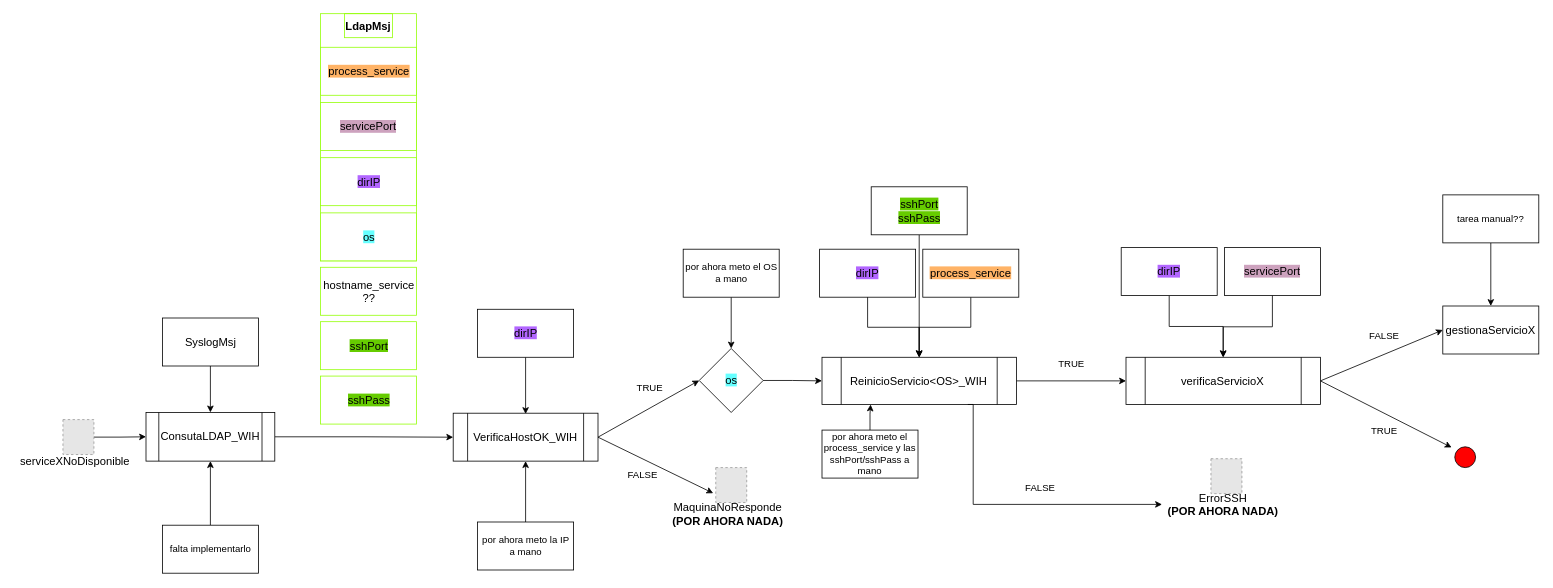
Above: page "serviceNoDisponible" (2 of 4) of esquemaProcesos.drawio in MarianaReyesH/gestionRed (draw.io), before the change. Source tidied: cells renumbered, new cells numbered last; positions are measured from the earlier drawing's top-left corner, leaving out a move shared by most shapes. Both pictures are drawn from the tidied source at 80%, with x=0, y=0 at pixel (14, 14). Pictures stored in the file or linked from it are replaced by grey dashed boxes.
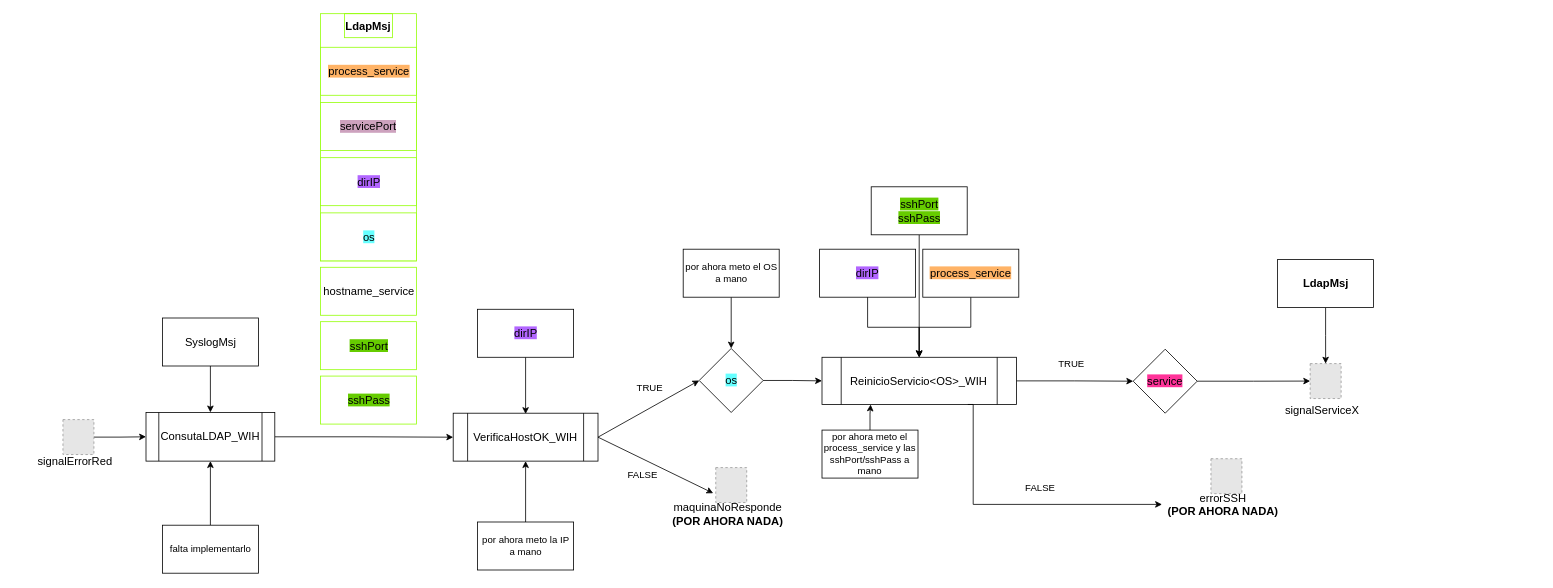
The same page after the edit.

Unchanged cells that the change refers to:
```xml
<mxCell id="24" value="&lt;font style=&quot;font-size: 14px;&quot;&gt;ReinicioServicio&amp;lt;OS&amp;gt;_WIH&lt;/font&gt;" style="shape=process;whiteSpace=wrap;html=1;backgroundOutline=1;" parent="1" vertex="1">
  <mxGeometry x="1010" y="429.1" width="243" height="59" as="geometry" />
</mxCell>
<mxCell id="38" style="group;" parent="1" vertex="1">
  <mxGeometry x="383" y="-0.4" width="120" height="377" as="geometry" />
</mxCell>
```

Change to the diagram source:
```diff
@@
-    <mxCell id="3" style="edgeStyle=orthogonalEdgeStyle;rounded=0;jettySize=auto;html=1;entryX=0;entryY=0.5;entryDx=0;entryDy=0;exitX=1;exitY=0.5;exitDx=0;exitDy=0;" parent="1" edge="1" source="24" target="49">
-      <mxGeometry relative="1" as="geometry" />
-    </mxCell>
@@
-    <mxCell id="5" value="&lt;span style=&quot;font-size: 14px;&quot;&gt;MaquinaNoResponde&lt;/span&gt;&lt;div&gt;&lt;span style=&quot;font-size: 14px;&quot;&gt;&lt;b&gt;(POR AHORA NADA)&lt;/b&gt;&lt;/span&gt;&lt;/div&gt;" style="text;html=1;align=center;verticalAlign=middle;whiteSpace=wrap;rounded=0;" parent="1" vertex="1">
+    <mxCell id="5" value="&lt;span style=&quot;font-size: 14px;&quot;&gt;maquinaNoResponde&lt;/span&gt;&lt;div&gt;&lt;span style=&quot;font-size: 14px;&quot;&gt;&lt;b&gt;(POR AHORA NADA)&lt;/b&gt;&lt;/span&gt;&lt;/div&gt;" style="text;html=1;align=center;verticalAlign=middle;whiteSpace=wrap;rounded=0;" parent="1" vertex="1">
       <mxGeometry x="816" y="603" width="153" height="43.1" as="geometry" />
     </mxCell>
@@
-    <mxCell id="10" style="endArrow=classic;html=1;rounded=0;entryX=0;entryY=0.5;entryDx=0;entryDy=0;exitX=1;exitY=0.5;exitDx=0;exitDy=0;" parent="1" edge="1" source="49" target="12">
-      <mxGeometry relative="1" as="geometry" />
-    </mxCell>
-    <mxCell id="11" style="endArrow=classic;html=1;rounded=0;entryX=0.379;entryY=-0.093;entryDx=0;entryDy=0;entryPerimeter=0;exitX=1;exitY=0.5;exitDx=0;exitDy=0;" parent="1" edge="1" source="49">
-      <mxGeometry relative="1" as="geometry">
-        <mxPoint x="1797" y="541.8" as="targetPoint" />
-      </mxGeometry>
-    </mxCell>
-    <mxCell id="12" value="&lt;font style=&quot;font-size: 14px;&quot;&gt;gestionaServicioX&lt;/font&gt;" style="rounded=0;whiteSpace=wrap;html=1;" parent="1" vertex="1">
-      <mxGeometry x="1786" y="365" width="120" height="60" as="geometry" />
-    </mxCell>
-    <mxCell id="13" style="ellipse;whiteSpace=wrap;html=1;fillColor=#FF0000;" parent="1" vertex="1">
-      <mxGeometry x="1801" y="541" width="26" height="26" as="geometry" />
-    </mxCell>
@@
-    <mxCell id="18" value="&lt;span style=&quot;font-size: 14px;&quot;&gt;serviceXNoDisponible&lt;/span&gt;" style="text;html=1;align=center;verticalAlign=middle;whiteSpace=wrap;rounded=0;" parent="1" vertex="1">
+    <mxCell id="18" value="&lt;span style=&quot;font-size: 14px;&quot;&gt;signalErrorRed&lt;/span&gt;" style="text;html=1;align=center;verticalAlign=middle;whiteSpace=wrap;rounded=0;" parent="1" vertex="1">
       <mxGeometry y="537" width="153" height="43.1" as="geometry" />
     </mxCell>
@@
+    <mxCell id="64" style="edgeStyle=orthogonalEdgeStyle;rounded=0;jettySize=auto;html=1;entryX=0;entryY=0.5;entryDx=0;entryDy=0;" parent="1" edge="1" source="24" target="70">
+      <mxGeometry relative="1" as="geometry" />
+    </mxCell>
@@
-    <mxCell id="45" value="&lt;div style=&quot;padding: 0px 0px 0px 2px;&quot;&gt;&lt;div style=&quot;&quot;&gt;&lt;p style=&quot;margin: 0px;&quot;&gt;&lt;font style=&quot;font-size: 14px;&quot;&gt;hostname_service&lt;/font&gt;&lt;/p&gt;&lt;p style=&quot;margin: 0px;&quot;&gt;&lt;font style=&quot;font-size: 14px;&quot;&gt;??&lt;/font&gt;&lt;/p&gt;&lt;/div&gt;&lt;/div&gt;" style="rounded=0;whiteSpace=wrap;html=1;strokeColor=#94FF08;" parent="38" vertex="1">
+    <mxCell id="45" value="&lt;div style=&quot;padding: 0px 0px 0px 2px;&quot;&gt;&lt;div style=&quot;&quot;&gt;&lt;p style=&quot;margin: 0px;&quot;&gt;&lt;font style=&quot;font-size: 14px;&quot;&gt;hostname_service&lt;/font&gt;&lt;/p&gt;&lt;/div&gt;&lt;/div&gt;" style="rounded=0;whiteSpace=wrap;html=1;strokeColor=#94FF08;" parent="38" vertex="1">
       <mxGeometry y="317" width="120" height="60" as="geometry" />
     </mxCell>
@@
-    <mxCell id="49" value="&lt;span style=&quot;font-size: 14px;&quot;&gt;verificaServicioX&lt;/span&gt;" style="shape=process;whiteSpace=wrap;html=1;backgroundOutline=1;" parent="1" vertex="1">
-      <mxGeometry x="1390" y="429.1" width="243" height="59" as="geometry" />
-    </mxCell>
@@
-    <mxCell id="51" style="edgeStyle=orthogonalEdgeStyle;rounded=0;jettySize=auto;html=1;" parent="1" edge="1" source="52" target="12">
-      <mxGeometry relative="1" as="geometry" />
-    </mxCell>
-    <mxCell id="52" value="&lt;font style=&quot;font-size: 12px;&quot;&gt;tarea manual??&lt;/font&gt;" style="rounded=0;whiteSpace=wrap;html=1;" parent="1" vertex="1">
-      <mxGeometry x="1786" y="226.1" width="120" height="60" as="geometry" />
-    </mxCell>
-    <mxCell id="53" style="edgeStyle=orthogonalEdgeStyle;rounded=0;jettySize=auto;html=1;exitX=0.5;exitY=1;exitDx=0;exitDy=0;" parent="1" edge="1" source="55" target="49">
-      <mxGeometry relative="1" as="geometry" />
-    </mxCell>
-    <mxCell id="54" value="&lt;span style=&quot;font-size: 14px; background-color: rgb(205, 162, 190);&quot;&gt;servicePort&lt;/span&gt;" style="rounded=0;whiteSpace=wrap;html=1;" parent="1" vertex="1">
-      <mxGeometry x="1513" y="292" width="120" height="60" as="geometry" />
-    </mxCell>
-    <mxCell id="55" value="&lt;span style=&quot;font-size: 14px; background-color: rgb(178, 102, 255);&quot;&gt;dirIP&lt;/span&gt;" style="rounded=0;whiteSpace=wrap;html=1;" parent="1" vertex="1">
-      <mxGeometry x="1384" y="292" width="120" height="60" as="geometry" />
-    </mxCell>
-    <mxCell id="56" style="edgeStyle=orthogonalEdgeStyle;rounded=0;jettySize=auto;html=1;exitX=0.5;exitY=1;exitDx=0;exitDy=0;entryX=0.5;entryY=0;entryDx=0;entryDy=0;" parent="1" edge="1" source="54" target="49">
-      <mxGeometry relative="1" as="geometry">
-        <Array as="points">
-          <mxPoint x="1573" y="391" />
-          <mxPoint x="1512" y="391" />
-          <mxPoint x="1512" y="429" />
-        </Array>
-      </mxGeometry>
-    </mxCell>
@@
-    <mxCell id="59" value="&lt;span style=&quot;font-size: 14px;&quot;&gt;ErrorSSH&lt;/span&gt;&lt;div&gt;&lt;span style=&quot;font-size: 14px;&quot;&gt;&lt;b&gt;(POR AHORA NADA)&lt;/b&gt;&lt;/span&gt;&lt;/div&gt;" style="text;html=1;align=center;verticalAlign=middle;whiteSpace=wrap;rounded=0;" parent="1" vertex="1">
+    <mxCell id="59" value="&lt;span style=&quot;font-size: 14px;&quot;&gt;errorSSH&lt;/span&gt;&lt;div&gt;&lt;span style=&quot;font-size: 14px;&quot;&gt;&lt;b&gt;(POR AHORA NADA)&lt;/b&gt;&lt;/span&gt;&lt;/div&gt;" style="text;html=1;align=center;verticalAlign=middle;whiteSpace=wrap;rounded=0;" parent="1" vertex="1">
       <mxGeometry x="1435" y="591.9" width="153" height="43.1" as="geometry" />
     </mxCell>
@@
-    <mxCell id="62" value="TRUE" style="text;html=1;align=center;verticalAlign=middle;whiteSpace=wrap;rounded=0;" parent="1" vertex="1">
-      <mxGeometry x="1683" y="507" width="60" height="30" as="geometry" />
-    </mxCell>
-    <mxCell id="63" value="FALSE" style="text;html=1;align=center;verticalAlign=middle;whiteSpace=wrap;rounded=0;" parent="1" vertex="1">
-      <mxGeometry x="1683" y="388.1" width="60" height="30" as="geometry" />
-    </mxCell>
+    <mxCell id="65" style="fillColor=#E6E6E6;strokeColor=#999999;dashed=1;verticalLabelPosition=bottom;labelBackgroundColor=default;verticalAlign=top;" parent="1" vertex="1">
+      <mxGeometry x="1620.2" y="437" width="38.7" height="43.7" as="geometry" />
+    </mxCell>
+    <mxCell id="66" value="&lt;span style=&quot;font-size: 14px;&quot;&gt;signalServiceX&lt;/span&gt;" style="text;html=1;align=center;verticalAlign=middle;whiteSpace=wrap;rounded=0;" parent="1" vertex="1">
+      <mxGeometry x="1559" y="473" width="153" height="43.1" as="geometry" />
+    </mxCell>
+    <mxCell id="67" style="edgeStyle=orthogonalEdgeStyle;rounded=0;jettySize=auto;html=1;entryX=0.5;entryY=0;entryDx=0;entryDy=0;" parent="1" edge="1" source="68" target="65">
+      <mxGeometry relative="1" as="geometry" />
+    </mxCell>
+    <mxCell id="68" value="&lt;b&gt;&lt;font style=&quot;font-size: 14px;&quot;&gt;LdapMsj&lt;/font&gt;&lt;/b&gt;" style="rounded=0;whiteSpace=wrap;html=1;" parent="1" vertex="1">
+      <mxGeometry x="1579.5" y="307" width="120" height="60" as="geometry" />
+    </mxCell>
+    <mxCell id="69" style="edgeStyle=orthogonalEdgeStyle;rounded=0;jettySize=auto;html=1;entryX=0;entryY=0.5;entryDx=0;entryDy=0;" parent="1" edge="1" source="70" target="65">
+      <mxGeometry relative="1" as="geometry" />
+    </mxCell>
+    <mxCell id="70" value="&lt;span style=&quot;font-size: 14px; background-color: rgb(255, 51, 153);&quot;&gt;service&lt;/span&gt;" style="rhombus;whiteSpace=wrap;html=1;" parent="1" vertex="1">
+      <mxGeometry x="1399" y="419" width="80" height="80" as="geometry" />
+    </mxCell>
```
